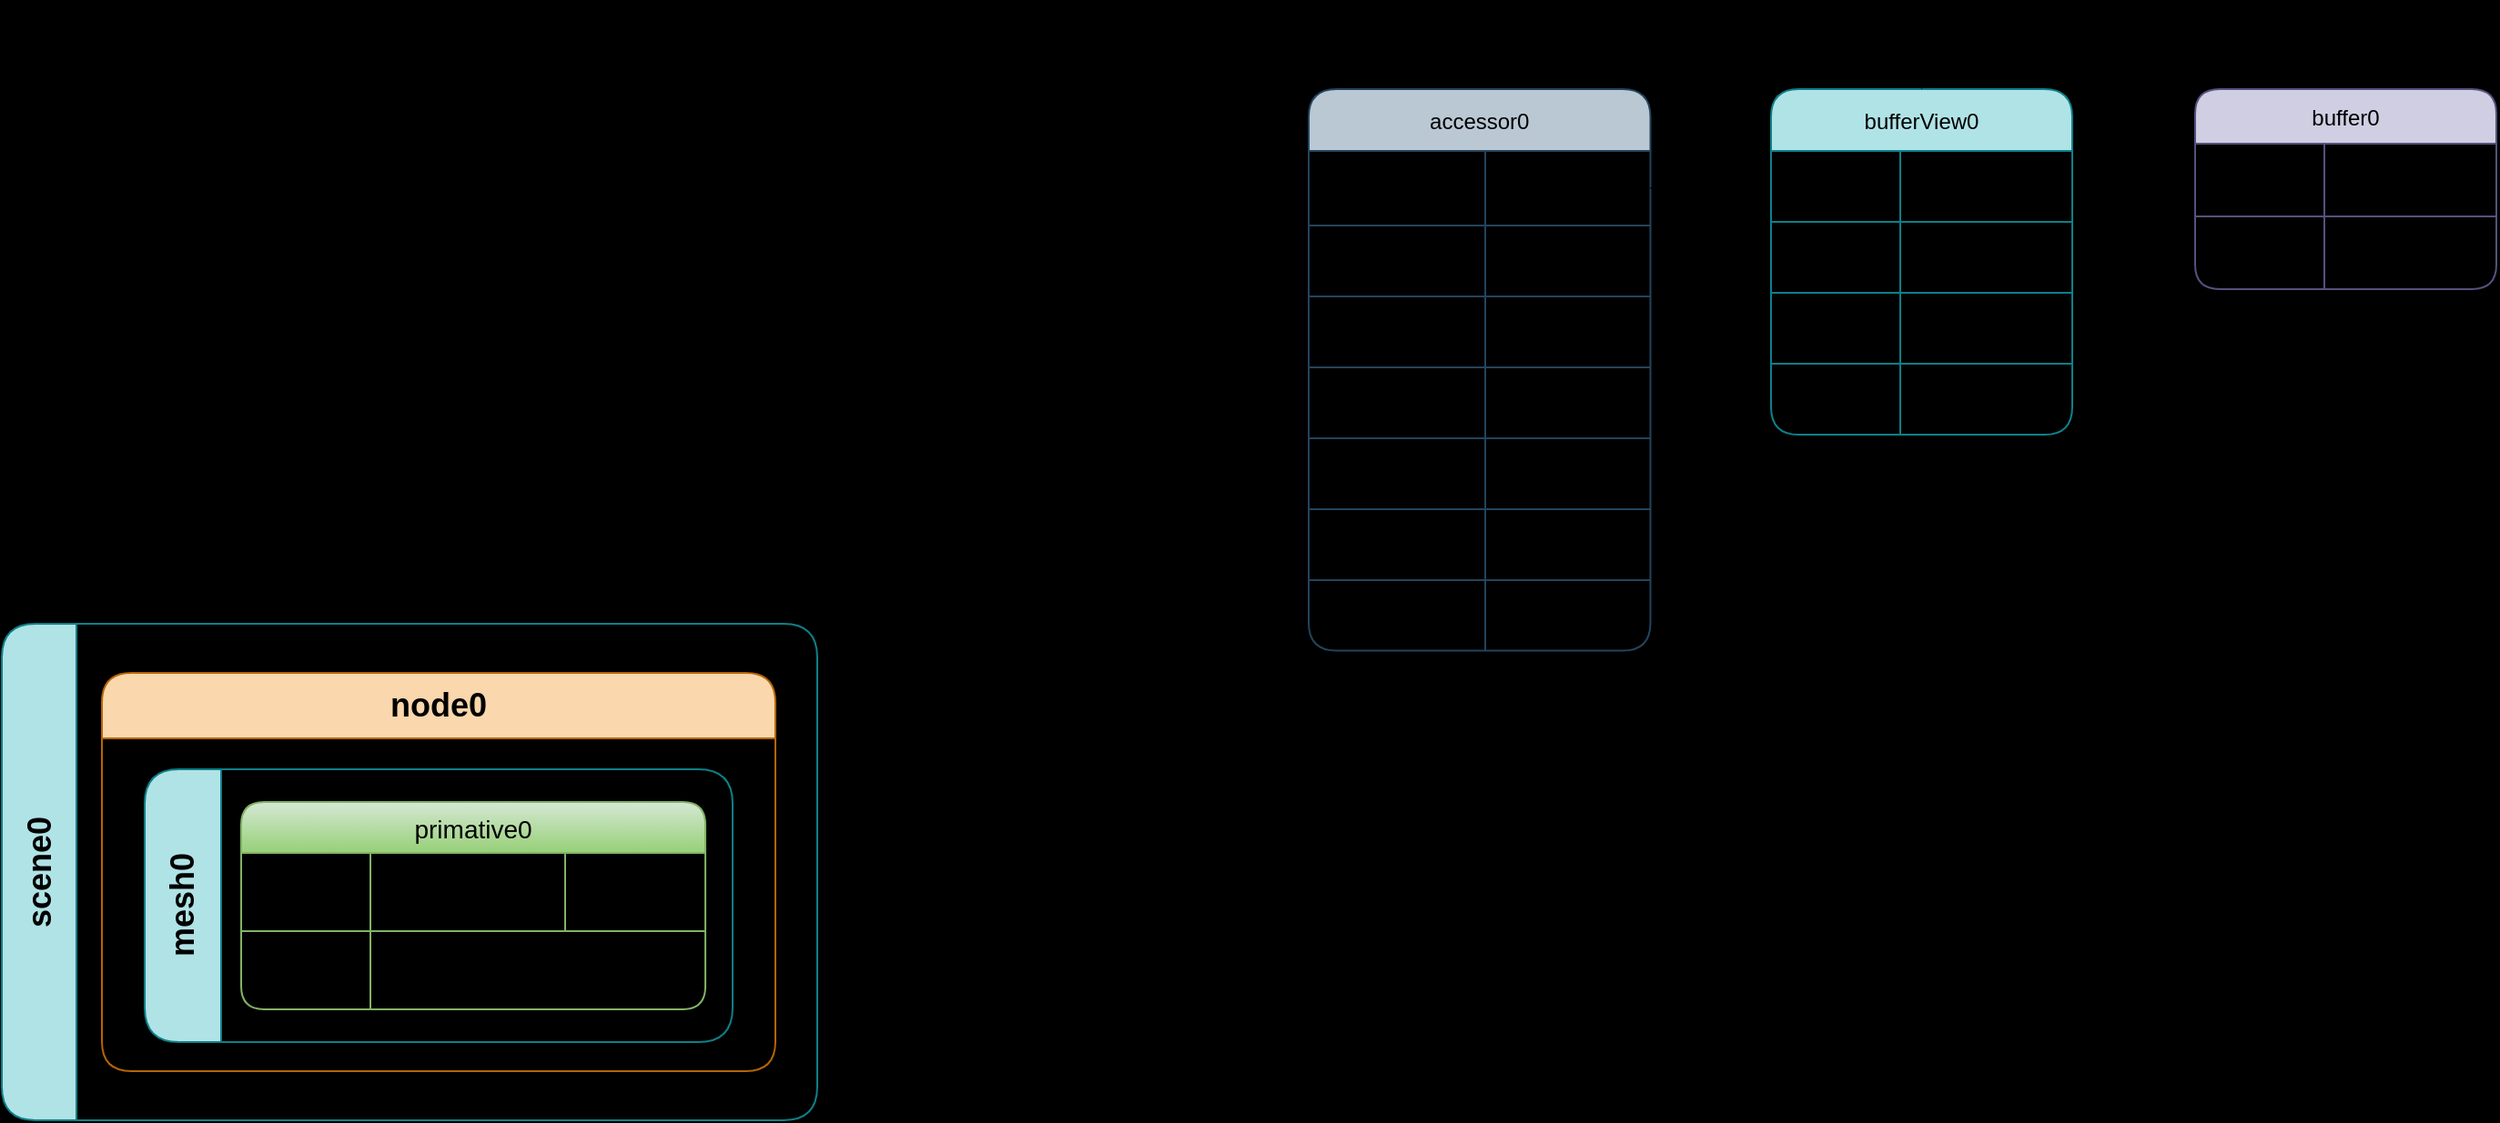
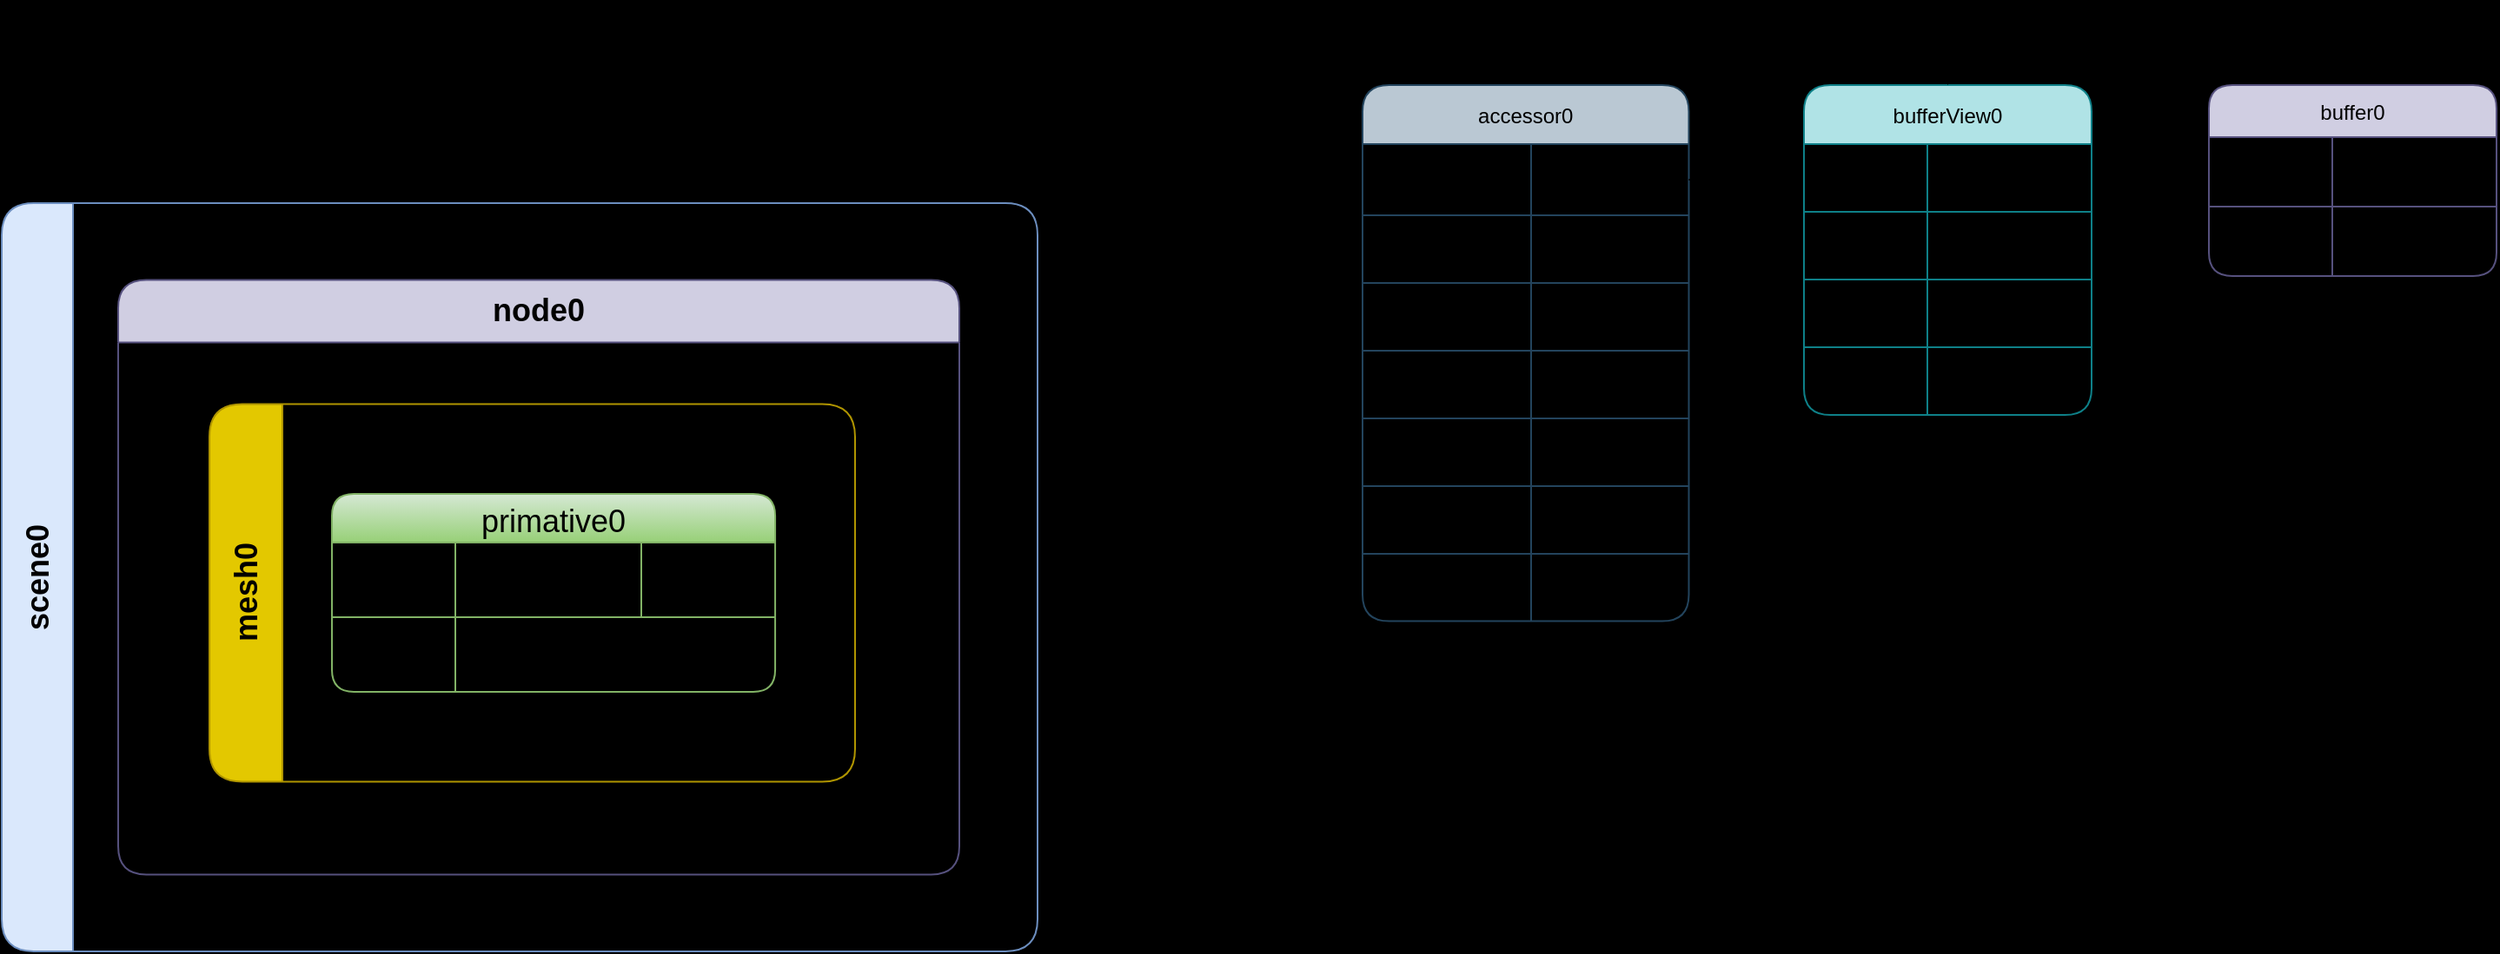
<mxfile host="app.diagrams.net">
  <diagram id="BZvedy4mBk2RI_J5c_5u" name="第 1 页">
    <mxGraphModel dx="2959" dy="1342" grid="0" gridSize="10" guides="1" tooltips="1" connect="1" arrows="1" fold="1" page="0" pageScale="1" pageWidth="827" pageHeight="1169" background="light-dark(#000000,#2B2B2B)" math="0" shadow="0">
      <root>
        <mxCell id="0" />
        <mxCell id="1" parent="0" />
        <mxCell id="-Ds3_SINnqwqFCvs20sv-1" parent="1" style="shape=table;startSize=30;container=1;collapsible=0;childLayout=tableLayout;fixedHeader=1;fillColor=#d0cee2;strokeColor=#56517e;rounded=1;" value="buffer0" vertex="1">
          <mxGeometry height="110" width="165.5" x="153" y="-32" as="geometry" />
        </mxCell>
        <mxCell id="-Ds3_SINnqwqFCvs20sv-2" parent="-Ds3_SINnqwqFCvs20sv-1" style="shape=tableRow;horizontal=0;startSize=0;swimlaneHead=0;swimlaneBody=0;strokeColor=inherit;top=0;left=0;bottom=0;right=0;collapsible=0;dropTarget=0;fillColor=none;points=[[0,0.5],[1,0.5]];portConstraint=eastwest;fixedHeader=1;rounded=1;" value="" vertex="1">
          <mxGeometry height="40" width="165.5" y="30" as="geometry" />
        </mxCell>
        <mxCell id="-Ds3_SINnqwqFCvs20sv-3" parent="-Ds3_SINnqwqFCvs20sv-2" style="shape=partialRectangle;html=1;whiteSpace=wrap;connectable=0;strokeColor=inherit;overflow=hidden;fillColor=none;top=0;left=0;bottom=0;right=0;pointerEvents=1;align=center;rounded=1;fontColor=light-dark(#000000,#20C2B5);" value="uri" vertex="1">
          <mxGeometry height="40" width="71" as="geometry">
            <mxRectangle height="40" width="71" as="alternateBounds" />
          </mxGeometry>
        </mxCell>
        <mxCell id="-Ds3_SINnqwqFCvs20sv-4" parent="-Ds3_SINnqwqFCvs20sv-2" style="shape=partialRectangle;html=1;whiteSpace=wrap;connectable=0;strokeColor=inherit;overflow=hidden;fillColor=none;top=0;left=0;bottom=0;right=0;pointerEvents=1;rounded=1;fontColor=light-dark(#000000,#ACB7C4);" value="data:URL" vertex="1">
          <mxGeometry height="40" width="95" x="71" as="geometry">
            <mxRectangle height="40" width="95" as="alternateBounds" />
          </mxGeometry>
        </mxCell>
        <mxCell id="-Ds3_SINnqwqFCvs20sv-5" parent="-Ds3_SINnqwqFCvs20sv-1" style="shape=tableRow;horizontal=0;startSize=0;swimlaneHead=0;swimlaneBody=0;strokeColor=inherit;top=0;left=0;bottom=0;right=0;collapsible=0;dropTarget=0;fillColor=none;points=[[0,0.5],[1,0.5]];portConstraint=eastwest;fixedHeader=1;rounded=1;" value="" vertex="1">
          <mxGeometry height="40" width="165.5" y="70" as="geometry" />
        </mxCell>
        <mxCell id="-Ds3_SINnqwqFCvs20sv-6" parent="-Ds3_SINnqwqFCvs20sv-5" style="shape=partialRectangle;html=1;whiteSpace=wrap;connectable=0;strokeColor=inherit;overflow=hidden;fillColor=none;top=0;left=0;bottom=0;right=0;pointerEvents=1;align=center;rounded=1;fontColor=light-dark(#000000,#20C2B5);" value="byteLength" vertex="1">
          <mxGeometry height="40" width="71" as="geometry">
            <mxRectangle height="40" width="71" as="alternateBounds" />
          </mxGeometry>
        </mxCell>
        <mxCell id="-Ds3_SINnqwqFCvs20sv-7" parent="-Ds3_SINnqwqFCvs20sv-5" style="shape=partialRectangle;html=1;whiteSpace=wrap;connectable=0;strokeColor=inherit;overflow=hidden;fillColor=none;top=0;left=0;bottom=0;right=0;pointerEvents=1;rounded=1;fontColor=light-dark(#000000,#ACB7C4);" value="36" vertex="1">
          <mxGeometry height="40" width="95" x="71" as="geometry">
            <mxRectangle height="40" width="95" as="alternateBounds" />
          </mxGeometry>
        </mxCell>
        <mxCell id="IMBELnrVSliVJA-H-ImH-1" parent="1" style="shape=table;startSize=34;container=1;collapsible=0;childLayout=tableLayout;fixedHeader=1;fillColor=#b0e3e6;strokeColor=#0e8088;rounded=1;" value="bufferView0" vertex="1">
          <mxGeometry height="190" width="165.5" x="-80" y="-32" as="geometry" />
        </mxCell>
        <mxCell id="IMBELnrVSliVJA-H-ImH-2" parent="IMBELnrVSliVJA-H-ImH-1" style="shape=tableRow;horizontal=0;startSize=0;swimlaneHead=0;swimlaneBody=0;strokeColor=inherit;top=0;left=0;bottom=0;right=0;collapsible=0;dropTarget=0;fillColor=none;points=[[0,0.5],[1,0.5]];portConstraint=eastwest;fixedHeader=1;rounded=1;" value="" vertex="1">
          <mxGeometry height="39" width="165.5" y="34" as="geometry" />
        </mxCell>
        <mxCell id="IMBELnrVSliVJA-H-ImH-3" parent="IMBELnrVSliVJA-H-ImH-2" style="shape=partialRectangle;html=1;whiteSpace=wrap;connectable=0;strokeColor=inherit;overflow=hidden;fillColor=none;top=0;left=0;bottom=0;right=0;pointerEvents=1;align=center;rounded=1;fontColor=light-dark(#000000,#20C2B5);" value="buffer" vertex="1">
          <mxGeometry height="39" width="71" as="geometry">
            <mxRectangle height="39" width="71" as="alternateBounds" />
          </mxGeometry>
        </mxCell>
        <mxCell id="IMBELnrVSliVJA-H-ImH-4" parent="IMBELnrVSliVJA-H-ImH-2" style="shape=partialRectangle;html=1;whiteSpace=wrap;connectable=0;strokeColor=inherit;overflow=hidden;fillColor=none;top=0;left=0;bottom=0;right=0;pointerEvents=1;rounded=1;fontColor=light-dark(#000000,#ACB7C4);" value="0" vertex="1">
          <mxGeometry height="39" width="95" x="71" as="geometry">
            <mxRectangle height="39" width="95" as="alternateBounds" />
          </mxGeometry>
        </mxCell>
        <mxCell id="IMBELnrVSliVJA-H-ImH-5" parent="IMBELnrVSliVJA-H-ImH-1" style="shape=tableRow;horizontal=0;startSize=0;swimlaneHead=0;swimlaneBody=0;strokeColor=inherit;top=0;left=0;bottom=0;right=0;collapsible=0;dropTarget=0;fillColor=none;points=[[0,0.5],[1,0.5]];portConstraint=eastwest;fixedHeader=1;rounded=1;" value="" vertex="1">
          <mxGeometry height="39" width="165.5" y="73" as="geometry" />
        </mxCell>
        <mxCell id="IMBELnrVSliVJA-H-ImH-6" parent="IMBELnrVSliVJA-H-ImH-5" style="shape=partialRectangle;html=1;whiteSpace=wrap;connectable=0;strokeColor=inherit;overflow=hidden;fillColor=none;top=0;left=0;bottom=0;right=0;pointerEvents=1;align=center;rounded=1;fontColor=light-dark(#000000,#20C2B5);" value="byteOffset" vertex="1">
          <mxGeometry height="39" width="71" as="geometry">
            <mxRectangle height="39" width="71" as="alternateBounds" />
          </mxGeometry>
        </mxCell>
        <mxCell id="IMBELnrVSliVJA-H-ImH-7" parent="IMBELnrVSliVJA-H-ImH-5" style="shape=partialRectangle;html=1;whiteSpace=wrap;connectable=0;strokeColor=inherit;overflow=hidden;fillColor=none;top=0;left=0;bottom=0;right=0;pointerEvents=1;rounded=1;fontColor=light-dark(#000000,#ACB7C4);" value="0" vertex="1">
          <mxGeometry height="39" width="95" x="71" as="geometry">
            <mxRectangle height="39" width="95" as="alternateBounds" />
          </mxGeometry>
        </mxCell>
        <mxCell id="IMBELnrVSliVJA-H-ImH-8" parent="IMBELnrVSliVJA-H-ImH-1" style="shape=tableRow;horizontal=0;startSize=0;swimlaneHead=0;swimlaneBody=0;strokeColor=inherit;top=0;left=0;bottom=0;right=0;collapsible=0;dropTarget=0;fillColor=none;points=[[0,0.5],[1,0.5]];portConstraint=eastwest;fixedHeader=1;rounded=1;" vertex="1">
          <mxGeometry height="39" width="165.5" y="112" as="geometry" />
        </mxCell>
        <mxCell id="IMBELnrVSliVJA-H-ImH-9" parent="IMBELnrVSliVJA-H-ImH-8" style="shape=partialRectangle;html=1;whiteSpace=wrap;connectable=0;strokeColor=inherit;overflow=hidden;fillColor=none;top=0;left=0;bottom=0;right=0;pointerEvents=1;align=center;rounded=1;fontColor=light-dark(#000000,#20C2B5);" value="byteLength" vertex="1">
          <mxGeometry height="39" width="71" as="geometry">
            <mxRectangle height="39" width="71" as="alternateBounds" />
          </mxGeometry>
        </mxCell>
        <mxCell id="IMBELnrVSliVJA-H-ImH-10" parent="IMBELnrVSliVJA-H-ImH-8" style="shape=partialRectangle;html=1;whiteSpace=wrap;connectable=0;strokeColor=inherit;overflow=hidden;fillColor=none;top=0;left=0;bottom=0;right=0;pointerEvents=1;rounded=1;fontColor=light-dark(#000000,#ACB7C4);" value="36" vertex="1">
          <mxGeometry height="39" width="95" x="71" as="geometry">
            <mxRectangle height="39" width="95" as="alternateBounds" />
          </mxGeometry>
        </mxCell>
        <mxCell id="IMBELnrVSliVJA-H-ImH-11" parent="IMBELnrVSliVJA-H-ImH-1" style="shape=tableRow;horizontal=0;startSize=0;swimlaneHead=0;swimlaneBody=0;strokeColor=inherit;top=0;left=0;bottom=0;right=0;collapsible=0;dropTarget=0;fillColor=none;points=[[0,0.5],[1,0.5]];portConstraint=eastwest;fixedHeader=1;rounded=1;" vertex="1">
          <mxGeometry height="39" width="165.5" y="151" as="geometry" />
        </mxCell>
        <mxCell id="IMBELnrVSliVJA-H-ImH-12" parent="IMBELnrVSliVJA-H-ImH-11" style="shape=partialRectangle;html=1;whiteSpace=wrap;connectable=0;strokeColor=inherit;overflow=hidden;fillColor=none;top=0;left=0;bottom=0;right=0;pointerEvents=1;align=center;rounded=1;fontColor=light-dark(#000000,#20C2B5);" value="target" vertex="1">
          <mxGeometry height="39" width="71" as="geometry">
            <mxRectangle height="39" width="71" as="alternateBounds" />
          </mxGeometry>
        </mxCell>
        <mxCell id="IMBELnrVSliVJA-H-ImH-13" parent="IMBELnrVSliVJA-H-ImH-11" style="shape=partialRectangle;html=1;whiteSpace=wrap;connectable=0;strokeColor=inherit;overflow=hidden;fillColor=none;top=0;left=0;bottom=0;right=0;pointerEvents=1;rounded=1;fontColor=light-dark(#000000,#ACB7C4);" value="34962" vertex="1">
          <mxGeometry height="39" width="95" x="71" as="geometry">
            <mxRectangle height="39" width="95" as="alternateBounds" />
          </mxGeometry>
        </mxCell>
        <mxCell id="IMBELnrVSliVJA-H-ImH-16" parent="1" style="shape=table;startSize=34;container=1;collapsible=0;childLayout=tableLayout;fixedHeader=1;fillColor=#bac8d3;strokeColor=#23445d;rounded=1;" value="accessor0" vertex="1">
          <mxGeometry height="308.75" width="187.75" x="-334" y="-32" as="geometry" />
        </mxCell>
        <mxCell id="IMBELnrVSliVJA-H-ImH-17" parent="IMBELnrVSliVJA-H-ImH-16" style="shape=tableRow;horizontal=0;startSize=0;swimlaneHead=0;swimlaneBody=0;strokeColor=inherit;top=0;left=0;bottom=0;right=0;collapsible=0;dropTarget=0;fillColor=none;points=[[0,0.5],[1,0.5]];portConstraint=eastwest;fixedHeader=1;rounded=1;" value="" vertex="1">
          <mxGeometry height="41" width="187.75" y="34" as="geometry" />
        </mxCell>
        <mxCell id="IMBELnrVSliVJA-H-ImH-18" parent="IMBELnrVSliVJA-H-ImH-17" style="shape=partialRectangle;html=1;whiteSpace=wrap;connectable=0;strokeColor=inherit;overflow=hidden;fillColor=none;top=0;left=0;bottom=0;right=0;pointerEvents=1;align=center;rounded=1;fontColor=light-dark(#000000,#20C2B5);fontStyle=1" value="&lt;span style=&quot;&quot;&gt;bufferView&lt;/span&gt;" vertex="1">
          <mxGeometry height="41" width="97" as="geometry">
            <mxRectangle height="41" width="97" as="alternateBounds" />
          </mxGeometry>
        </mxCell>
        <mxCell id="IMBELnrVSliVJA-H-ImH-19" parent="IMBELnrVSliVJA-H-ImH-17" style="shape=partialRectangle;html=1;whiteSpace=wrap;connectable=0;strokeColor=inherit;overflow=hidden;fillColor=none;top=0;left=0;bottom=0;right=0;pointerEvents=1;rounded=1;fontColor=light-dark(#000000,#ACB7C4);" value="0" vertex="1">
          <mxGeometry height="41" width="91" x="97" as="geometry">
            <mxRectangle height="41" width="91" as="alternateBounds" />
          </mxGeometry>
        </mxCell>
        <mxCell id="IMBELnrVSliVJA-H-ImH-20" parent="IMBELnrVSliVJA-H-ImH-16" style="shape=tableRow;horizontal=0;startSize=0;swimlaneHead=0;swimlaneBody=0;strokeColor=inherit;top=0;left=0;bottom=0;right=0;collapsible=0;dropTarget=0;fillColor=none;points=[[0,0.5],[1,0.5]];portConstraint=eastwest;fixedHeader=1;rounded=1;" value="" vertex="1">
          <mxGeometry height="39" width="187.75" y="75" as="geometry" />
        </mxCell>
        <mxCell id="IMBELnrVSliVJA-H-ImH-21" parent="IMBELnrVSliVJA-H-ImH-20" style="shape=partialRectangle;html=1;whiteSpace=wrap;connectable=0;strokeColor=inherit;overflow=hidden;fillColor=none;top=0;left=0;bottom=0;right=0;pointerEvents=1;align=center;rounded=1;fontColor=light-dark(#000000,#20C2B5);" value="byteOffset" vertex="1">
          <mxGeometry height="39" width="97" as="geometry">
            <mxRectangle height="39" width="97" as="alternateBounds" />
          </mxGeometry>
        </mxCell>
        <mxCell id="IMBELnrVSliVJA-H-ImH-22" parent="IMBELnrVSliVJA-H-ImH-20" style="shape=partialRectangle;html=1;whiteSpace=wrap;connectable=0;strokeColor=inherit;overflow=hidden;fillColor=none;top=0;left=0;bottom=0;right=0;pointerEvents=1;rounded=1;fontColor=light-dark(#000000,#ACB7C4);" value="0" vertex="1">
          <mxGeometry height="39" width="91" x="97" as="geometry">
            <mxRectangle height="39" width="91" as="alternateBounds" />
          </mxGeometry>
        </mxCell>
        <mxCell id="IMBELnrVSliVJA-H-ImH-23" parent="IMBELnrVSliVJA-H-ImH-16" style="shape=tableRow;horizontal=0;startSize=0;swimlaneHead=0;swimlaneBody=0;strokeColor=inherit;top=0;left=0;bottom=0;right=0;collapsible=0;dropTarget=0;fillColor=none;points=[[0,0.5],[1,0.5]];portConstraint=eastwest;fixedHeader=1;rounded=1;" vertex="1">
          <mxGeometry height="39" width="187.75" y="114" as="geometry" />
        </mxCell>
        <mxCell id="IMBELnrVSliVJA-H-ImH-24" parent="IMBELnrVSliVJA-H-ImH-23" style="shape=partialRectangle;html=1;whiteSpace=wrap;connectable=0;strokeColor=inherit;overflow=hidden;fillColor=none;top=0;left=0;bottom=0;right=0;pointerEvents=1;align=center;rounded=1;fontColor=light-dark(#000000,#20C2B5);" value="componentType" vertex="1">
          <mxGeometry height="39" width="97" as="geometry">
            <mxRectangle height="39" width="97" as="alternateBounds" />
          </mxGeometry>
        </mxCell>
        <mxCell id="IMBELnrVSliVJA-H-ImH-25" parent="IMBELnrVSliVJA-H-ImH-23" style="shape=partialRectangle;html=1;whiteSpace=wrap;connectable=0;strokeColor=inherit;overflow=hidden;fillColor=none;top=0;left=0;bottom=0;right=0;pointerEvents=1;rounded=1;fontColor=light-dark(#000000,#ACB7C4);" value="5126" vertex="1">
          <mxGeometry height="39" width="91" x="97" as="geometry">
            <mxRectangle height="39" width="91" as="alternateBounds" />
          </mxGeometry>
        </mxCell>
        <mxCell id="IMBELnrVSliVJA-H-ImH-26" parent="IMBELnrVSliVJA-H-ImH-16" style="shape=tableRow;horizontal=0;startSize=0;swimlaneHead=0;swimlaneBody=0;strokeColor=inherit;top=0;left=0;bottom=0;right=0;collapsible=0;dropTarget=0;fillColor=none;points=[[0,0.5],[1,0.5]];portConstraint=eastwest;fixedHeader=1;rounded=1;" vertex="1">
          <mxGeometry height="39" width="187.75" y="153" as="geometry" />
        </mxCell>
        <mxCell id="IMBELnrVSliVJA-H-ImH-27" parent="IMBELnrVSliVJA-H-ImH-26" style="shape=partialRectangle;html=1;whiteSpace=wrap;connectable=0;strokeColor=inherit;overflow=hidden;fillColor=none;top=0;left=0;bottom=0;right=0;pointerEvents=1;align=center;rounded=1;fontColor=light-dark(#000000,#20C2B5);" value="count" vertex="1">
          <mxGeometry height="39" width="97" as="geometry">
            <mxRectangle height="39" width="97" as="alternateBounds" />
          </mxGeometry>
        </mxCell>
        <mxCell id="IMBELnrVSliVJA-H-ImH-28" parent="IMBELnrVSliVJA-H-ImH-26" style="shape=partialRectangle;html=1;whiteSpace=wrap;connectable=0;strokeColor=inherit;overflow=hidden;fillColor=none;top=0;left=0;bottom=0;right=0;pointerEvents=1;rounded=1;fontColor=light-dark(#000000,#ACB7C4);" value="3" vertex="1">
          <mxGeometry height="39" width="91" x="97" as="geometry">
            <mxRectangle height="39" width="91" as="alternateBounds" />
          </mxGeometry>
        </mxCell>
        <mxCell id="IMBELnrVSliVJA-H-ImH-29" parent="IMBELnrVSliVJA-H-ImH-16" style="shape=tableRow;horizontal=0;startSize=0;swimlaneHead=0;swimlaneBody=0;strokeColor=inherit;top=0;left=0;bottom=0;right=0;collapsible=0;dropTarget=0;fillColor=none;points=[[0,0.5],[1,0.5]];portConstraint=eastwest;fixedHeader=1;rounded=1;" vertex="1">
          <mxGeometry height="39" width="187.75" y="192" as="geometry" />
        </mxCell>
        <mxCell id="IMBELnrVSliVJA-H-ImH-30" parent="IMBELnrVSliVJA-H-ImH-29" style="shape=partialRectangle;html=1;whiteSpace=wrap;connectable=0;strokeColor=inherit;overflow=hidden;fillColor=none;top=0;left=0;bottom=0;right=0;pointerEvents=1;align=center;rounded=1;fontColor=light-dark(#000000,#20C2B5);" value="type" vertex="1">
          <mxGeometry height="39" width="97" as="geometry">
            <mxRectangle height="39" width="97" as="alternateBounds" />
          </mxGeometry>
        </mxCell>
        <mxCell id="IMBELnrVSliVJA-H-ImH-31" parent="IMBELnrVSliVJA-H-ImH-29" style="shape=partialRectangle;html=1;whiteSpace=wrap;connectable=0;strokeColor=inherit;overflow=hidden;fillColor=none;top=0;left=0;bottom=0;right=0;pointerEvents=1;rounded=1;fontColor=light-dark(#000000,#ACB7C4);" value="&quot;VEC3&quot;" vertex="1">
          <mxGeometry height="39" width="91" x="97" as="geometry">
            <mxRectangle height="39" width="91" as="alternateBounds" />
          </mxGeometry>
        </mxCell>
        <mxCell id="IMBELnrVSliVJA-H-ImH-32" parent="IMBELnrVSliVJA-H-ImH-16" style="shape=tableRow;horizontal=0;startSize=0;swimlaneHead=0;swimlaneBody=0;strokeColor=inherit;top=0;left=0;bottom=0;right=0;collapsible=0;dropTarget=0;fillColor=none;points=[[0,0.5],[1,0.5]];portConstraint=eastwest;fixedHeader=1;rounded=1;" vertex="1">
          <mxGeometry height="39" width="187.75" y="231" as="geometry" />
        </mxCell>
        <mxCell id="IMBELnrVSliVJA-H-ImH-33" parent="IMBELnrVSliVJA-H-ImH-32" style="shape=partialRectangle;html=1;whiteSpace=wrap;connectable=0;strokeColor=inherit;overflow=hidden;fillColor=none;top=0;left=0;bottom=0;right=0;pointerEvents=1;align=center;rounded=1;fontColor=light-dark(#000000,#20C2B5);" value="max" vertex="1">
          <mxGeometry height="39" width="97" as="geometry">
            <mxRectangle height="39" width="97" as="alternateBounds" />
          </mxGeometry>
        </mxCell>
        <mxCell id="IMBELnrVSliVJA-H-ImH-34" parent="IMBELnrVSliVJA-H-ImH-32" style="shape=partialRectangle;html=1;whiteSpace=wrap;connectable=0;strokeColor=inherit;overflow=hidden;fillColor=none;top=0;left=0;bottom=0;right=0;pointerEvents=1;rounded=1;fontColor=light-dark(#000000,#ACB7C4);" value="[1.0, 1.0, 0.0]" vertex="1">
          <mxGeometry height="39" width="91" x="97" as="geometry">
            <mxRectangle height="39" width="91" as="alternateBounds" />
          </mxGeometry>
        </mxCell>
        <mxCell id="IMBELnrVSliVJA-H-ImH-35" parent="IMBELnrVSliVJA-H-ImH-16" style="shape=tableRow;horizontal=0;startSize=0;swimlaneHead=0;swimlaneBody=0;strokeColor=inherit;top=0;left=0;bottom=0;right=0;collapsible=0;dropTarget=0;fillColor=none;points=[[0,0.5],[1,0.5]];portConstraint=eastwest;fixedHeader=1;rounded=1;" vertex="1">
          <mxGeometry height="39" width="187.75" y="270" as="geometry" />
        </mxCell>
        <mxCell id="IMBELnrVSliVJA-H-ImH-36" parent="IMBELnrVSliVJA-H-ImH-35" style="shape=partialRectangle;html=1;whiteSpace=wrap;connectable=0;strokeColor=inherit;overflow=hidden;fillColor=none;top=0;left=0;bottom=0;right=0;pointerEvents=1;align=center;rounded=1;fontColor=light-dark(#000000,#20C2B5);" value="min" vertex="1">
          <mxGeometry height="39" width="97" as="geometry">
            <mxRectangle height="39" width="97" as="alternateBounds" />
          </mxGeometry>
        </mxCell>
        <mxCell id="IMBELnrVSliVJA-H-ImH-37" parent="IMBELnrVSliVJA-H-ImH-35" style="shape=partialRectangle;html=1;whiteSpace=wrap;connectable=0;strokeColor=inherit;overflow=hidden;fillColor=none;top=0;left=0;bottom=0;right=0;pointerEvents=1;rounded=1;fontColor=light-dark(#000000,#ACB7C4);" value="[0.0, 1.0, 0.0]" vertex="1">
          <mxGeometry height="39" width="91" x="97" as="geometry">
            <mxRectangle height="39" width="91" as="alternateBounds" />
          </mxGeometry>
        </mxCell>
        <mxCell id="yEyvN-dxv5ZRYvW9oAyH-64" edge="1" parent="1" source="IMBELnrVSliVJA-H-ImH-17" style="edgeStyle=orthogonalEdgeStyle;rounded=1;orthogonalLoop=1;jettySize=auto;html=1;entryX=0.5;entryY=0;entryDx=0;entryDy=0;fontSize=12;startSize=8;endSize=8;strokeColor=light-dark(#000000,#33FF99);align=center;verticalAlign=middle;fontFamily=Helvetica;fontColor=default;labelBackgroundColor=default;endArrow=classic;flowAnimation=0;exitX=1;exitY=0.5;exitDx=0;exitDy=0;" target="IMBELnrVSliVJA-H-ImH-1">
          <mxGeometry relative="1" as="geometry">
            <Array as="points">
              <mxPoint x="-113" y="23" />
              <mxPoint x="-113" y="-71" />
              <mxPoint x="3" y="-71" />
            </Array>
          </mxGeometry>
        </mxCell>
-         <mxCell id="GIUIsMX7UZoavufT8lRc-2" parent="1" style="swimlane;horizontal=0;whiteSpace=wrap;html=1;fillColor=#b0e3e6;strokeColor=#0e8088;rounded=1;startSize=41;" value="&lt;span style=&quot;color: light-dark(rgb(0, 0, 0), rgb(102, 255, 179));&quot;&gt;&lt;font style=&quot;font-size: 18px;&quot;&gt;scene0&lt;/font&gt;&lt;/span&gt;" vertex="1">
-           <mxGeometry height="273" width="448" x="-1052" y="262" as="geometry" />
-         </mxCell>
-         <mxCell id="oYlXVEz9eKNw0EBKh330-92" parent="GIUIsMX7UZoavufT8lRc-2" style="swimlane;whiteSpace=wrap;html=1;startSize=36;strokeColor=#b46504;fillColor=#fad7ac;rounded=1;" value="&lt;span style=&quot;color: light-dark(rgb(0, 0, 0), rgb(102, 255, 179));&quot;&gt;&lt;font style=&quot;font-size: 18px;&quot;&gt;node0&lt;/font&gt;&lt;/span&gt;" vertex="1">
-           <mxGeometry height="219" width="370" x="55" y="27" as="geometry" />
-         </mxCell>
-         <mxCell id="yEyvN-dxv5ZRYvW9oAyH-66" parent="oYlXVEz9eKNw0EBKh330-92" style="swimlane;horizontal=0;whiteSpace=wrap;html=1;fillColor=#b0e3e6;strokeColor=#0e8088;rounded=1;startSize=42;" value="&lt;span style=&quot;color: light-dark(rgb(0, 0, 0), rgb(102, 255, 179));&quot;&gt;&lt;font style=&quot;font-size: 18px;&quot;&gt;mesh0&lt;/font&gt;&lt;/span&gt;" vertex="1">
-           <mxGeometry height="150" width="323" x="23.5" y="53" as="geometry" />
-         </mxCell>
-         <mxCell id="yEyvN-dxv5ZRYvW9oAyH-35" parent="yEyvN-dxv5ZRYvW9oAyH-66" style="shape=table;startSize=28;container=1;collapsible=0;childLayout=tableLayout;fixedHeader=1;fillColor=#d5e8d4;strokeColor=#82b366;rounded=1;gradientColor=#97d077;fontSize=14;" value="primative0" vertex="1">
-           <mxGeometry height="114" width="255.0344827586207" x="53" y="18" as="geometry" />
+         <mxCell id="GIUIsMX7UZoavufT8lRc-2" parent="1" style="swimlane;horizontal=0;whiteSpace=wrap;html=1;fillColor=#dae8fc;strokeColor=#6c8ebf;rounded=1;startSize=41;gradientDirection=east;" value="&lt;span style=&quot;color: light-dark(rgb(0, 0, 0), rgb(102, 255, 179));&quot;&gt;&lt;font style=&quot;font-size: 18px;&quot;&gt;scene0&lt;/font&gt;&lt;/span&gt;" vertex="1">
+           <mxGeometry height="431" width="596" x="-1117" y="36" as="geometry" />
+         </mxCell>
+         <mxCell id="oYlXVEz9eKNw0EBKh330-92" parent="GIUIsMX7UZoavufT8lRc-2" style="swimlane;whiteSpace=wrap;html=1;startSize=36;strokeColor=#56517e;fillColor=#d0cee2;rounded=1;gradientColor=none;" value="&lt;span style=&quot;color: light-dark(rgb(0, 0, 0), rgb(102, 255, 179));&quot;&gt;&lt;font style=&quot;font-size: 18px;&quot;&gt;node0&lt;/font&gt;&lt;/span&gt;" vertex="1">
+           <mxGeometry height="342.5" width="484" x="67" y="44.25" as="geometry" />
+         </mxCell>
+         <mxCell id="yEyvN-dxv5ZRYvW9oAyH-66" parent="oYlXVEz9eKNw0EBKh330-92" style="swimlane;horizontal=0;whiteSpace=wrap;html=1;rounded=1;startSize=42;fillColor=#e3c800;strokeColor=#B09500;fontColor=#000000;gradientColor=none;swimlaneFillColor=none;" value="&lt;span style=&quot;color: light-dark(rgb(0, 0, 0), rgb(102, 255, 179));&quot;&gt;&lt;font style=&quot;font-size: 18px;&quot;&gt;mesh0&lt;/font&gt;&lt;/span&gt;" vertex="1">
+           <mxGeometry height="217.5" width="371.5" x="52.5" y="71.5" as="geometry" />
+         </mxCell>
+         <mxCell id="yEyvN-dxv5ZRYvW9oAyH-35" parent="yEyvN-dxv5ZRYvW9oAyH-66" style="shape=table;startSize=28;container=1;collapsible=0;childLayout=tableLayout;fixedHeader=1;fillColor=#d5e8d4;strokeColor=#82b366;rounded=1;gradientColor=#97d077;fontSize=18;" value="primative0" vertex="1">
+           <mxGeometry height="114" width="255.0344827586207" x="70.5" y="51.75" as="geometry" />
        </mxCell>
        <mxCell id="yEyvN-dxv5ZRYvW9oAyH-36" parent="yEyvN-dxv5ZRYvW9oAyH-35" style="shape=tableRow;horizontal=0;startSize=0;swimlaneHead=0;swimlaneBody=0;strokeColor=inherit;top=0;left=0;bottom=0;right=0;collapsible=0;dropTarget=0;fillColor=none;points=[[0,0.5],[1,0.5]];portConstraint=eastwest;fixedHeader=1;rounded=1;" value="" vertex="1">
          <mxGeometry height="43" width="255.0344827586207" y="28" as="geometry" />
        </mxCell>
        <mxCell id="yEyvN-dxv5ZRYvW9oAyH-37" parent="yEyvN-dxv5ZRYvW9oAyH-36" style="shape=partialRectangle;html=1;whiteSpace=wrap;connectable=0;strokeColor=inherit;overflow=hidden;fillColor=none;top=0;left=0;bottom=0;right=0;pointerEvents=1;align=center;rounded=1;" value="&lt;span style=&quot;color: light-dark(rgb(0, 0, 0), rgb(32, 194, 181));&quot;&gt;attributes&lt;/span&gt;" vertex="1">
          <mxGeometry height="43" width="71" as="geometry">
            <mxRectangle height="43" width="71" as="alternateBounds" />
          </mxGeometry>
        </mxCell>
        <mxCell id="yEyvN-dxv5ZRYvW9oAyH-38" parent="yEyvN-dxv5ZRYvW9oAyH-36" style="shape=partialRectangle;html=1;whiteSpace=wrap;connectable=0;strokeColor=inherit;overflow=hidden;fillColor=none;top=0;left=0;bottom=0;right=0;pointerEvents=1;rounded=1;" value="&lt;span style=&quot;color: light-dark(rgb(0, 0, 0), rgb(103, 171, 159));&quot;&gt;POSITION&lt;/span&gt;" vertex="1">
          <mxGeometry height="43" width="107" x="71" as="geometry">
            <mxRectangle height="43" width="107" as="alternateBounds" />
          </mxGeometry>
        </mxCell>
        <mxCell id="yEyvN-dxv5ZRYvW9oAyH-55" parent="yEyvN-dxv5ZRYvW9oAyH-36" style="shape=partialRectangle;html=1;whiteSpace=wrap;connectable=0;strokeColor=inherit;overflow=hidden;fillColor=none;top=0;left=0;bottom=0;right=0;pointerEvents=1;rounded=1;" value="&lt;span style=&quot;color: light-dark(rgb(0, 0, 0), rgb(172, 183, 196));&quot;&gt;0&lt;/span&gt;" vertex="1">
          <mxGeometry height="43" width="77" x="178" as="geometry">
            <mxRectangle height="43" width="77" as="alternateBounds" />
          </mxGeometry>
        </mxCell>
        <mxCell id="yEyvN-dxv5ZRYvW9oAyH-45" parent="yEyvN-dxv5ZRYvW9oAyH-35" style="shape=tableRow;horizontal=0;startSize=0;swimlaneHead=0;swimlaneBody=0;strokeColor=inherit;top=0;left=0;bottom=0;right=0;collapsible=0;dropTarget=0;fillColor=none;points=[[0,0.5],[1,0.5]];portConstraint=eastwest;fixedHeader=1;rounded=1;" vertex="1">
          <mxGeometry height="43" width="255.0344827586207" y="71" as="geometry" />
        </mxCell>
        <mxCell id="yEyvN-dxv5ZRYvW9oAyH-46" parent="yEyvN-dxv5ZRYvW9oAyH-45" style="shape=partialRectangle;html=1;whiteSpace=wrap;connectable=0;strokeColor=inherit;overflow=hidden;fillColor=none;top=0;left=0;bottom=0;right=0;pointerEvents=1;align=center;rounded=1;fontFamily=Helvetica;fontSize=12;fontColor=default;fontStyle=0;verticalAlign=middle;" value="&lt;span style=&quot;color: light-dark(rgb(0, 0, 0), rgb(32, 194, 181));&quot;&gt;mode&lt;/span&gt;" vertex="1">
          <mxGeometry height="43" width="71" as="geometry">
            <mxRectangle height="43" width="71" as="alternateBounds" />
          </mxGeometry>
        </mxCell>
        <mxCell id="yEyvN-dxv5ZRYvW9oAyH-47" parent="yEyvN-dxv5ZRYvW9oAyH-45" style="shape=partialRectangle;html=1;whiteSpace=wrap;connectable=0;strokeColor=inherit;overflow=hidden;fillColor=none;top=0;left=0;bottom=0;right=0;pointerEvents=1;rounded=1;rowspan=1;colspan=2;" value="&lt;span style=&quot;color: light-dark(rgb(0, 0, 0), rgb(172, 183, 196));&quot;&gt;4&lt;/span&gt;" vertex="1">
          <mxGeometry height="43" width="184" x="71" as="geometry">
            <mxRectangle height="43" width="107" as="alternateBounds" />
          </mxGeometry>
        </mxCell>
        <mxCell id="yEyvN-dxv5ZRYvW9oAyH-58" parent="yEyvN-dxv5ZRYvW9oAyH-45" style="shape=partialRectangle;html=1;whiteSpace=wrap;connectable=0;strokeColor=inherit;overflow=hidden;fillColor=none;top=0;left=0;bottom=0;right=0;pointerEvents=1;rounded=1;" vertex="1" visible="0">
          <mxGeometry height="43" width="77" x="178" as="geometry">
            <mxRectangle height="43" width="77" as="alternateBounds" />
          </mxGeometry>
        </mxCell>
      </root>
    </mxGraphModel>
  </diagram>
</mxfile>
